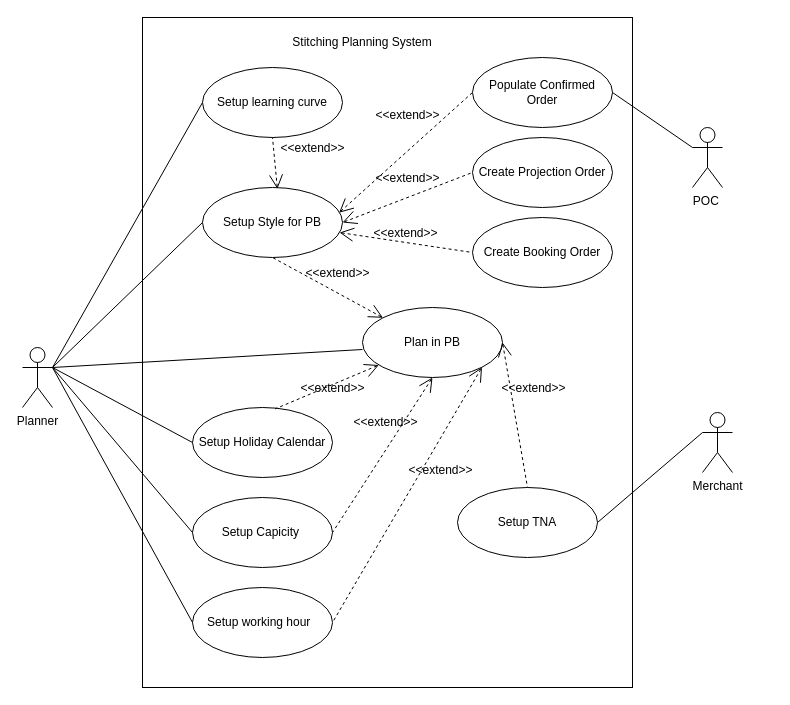
The draw.io diagram Docs/use case/Stitching Plainning Use Case.drawio in sadmanfatin/Stitching-planning-Project-Docs, before the edit. Source tidied: cells renumbered, new cells numbered last; positions are measured from the earlier drawing's top-left corner, leaving out a move shared by most shapes. Both pictures are drawn from the tidied source at 100%, with x=0, y=0 at pixel (22, 17).
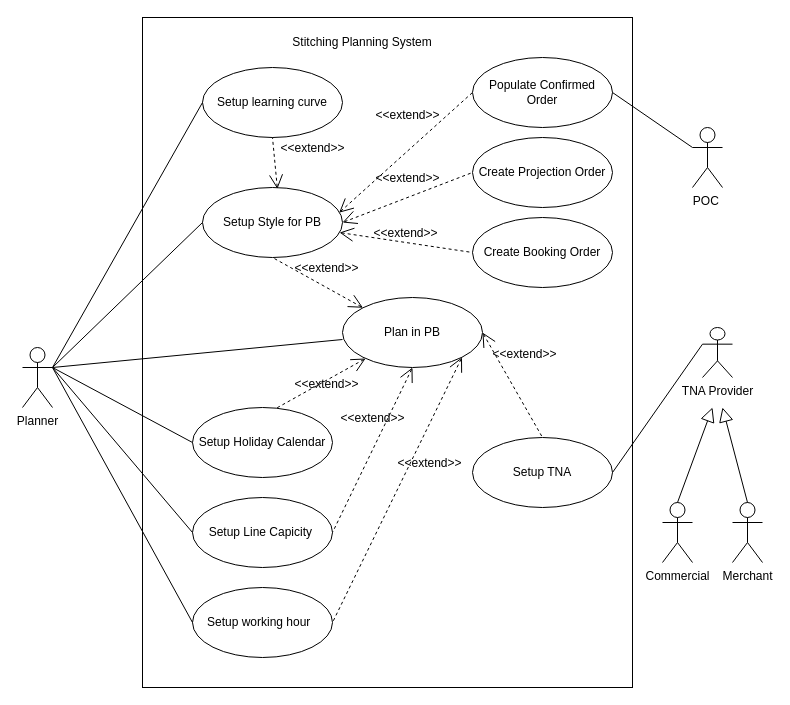
After the change.

Commit message:
use case  update

Diff of the diagram source:
```diff
@@
     <mxCell id="3" value="Merchant" style="shape=umlActor;verticalLabelPosition=bottom;verticalAlign=top;html=1;outlineConnect=0;" parent="1" vertex="1">
-      <mxGeometry x="680" y="395" width="30" height="60" as="geometry" />
+      <mxGeometry x="710" y="485" width="30" height="60" as="geometry" />
     </mxCell>
@@
     <mxCell id="6" value="Plan in PB" style="ellipse;whiteSpace=wrap;html=1;fontSize=12;" parent="1" vertex="1">
-      <mxGeometry x="340" y="290" width="140" height="70" as="geometry" />
+      <mxGeometry x="320" y="280" width="140" height="70" as="geometry" />
     </mxCell>
@@
-    <mxCell id="12" value="Setup Capicity&amp;nbsp;" style="ellipse;whiteSpace=wrap;html=1;fontSize=12;" parent="1" vertex="1">
+    <mxCell id="12" value="Setup Line Capicity&amp;nbsp;" style="ellipse;whiteSpace=wrap;html=1;fontSize=12;" parent="1" vertex="1">
       <mxGeometry x="170" y="480" width="140" height="70" as="geometry" />
     </mxCell>
@@
     <mxCell id="14" value="Setup TNA" style="ellipse;whiteSpace=wrap;html=1;fontSize=12;" parent="1" vertex="1">
-      <mxGeometry x="435" y="470" width="140" height="70" as="geometry" />
+      <mxGeometry x="450" y="420" width="140" height="70" as="geometry" />
     </mxCell>
@@
-    <mxCell id="16" style="edgeStyle=none;html=1;endArrow=none;verticalAlign=bottom;rounded=0;fontSize=12;entryX=0;entryY=0.3333333333333333;entryDx=0;entryDy=0;entryPerimeter=0;exitX=1;exitY=0.5;exitDx=0;exitDy=0;" parent="1" edge="1" source="14" target="3">
-      <mxGeometry relative="1" as="geometry" />
-    </mxCell>
@@
+    <mxCell id="34" value="Commercial" style="shape=umlActor;verticalLabelPosition=bottom;verticalAlign=top;html=1;outlineConnect=0;" parent="1" vertex="1">
+      <mxGeometry x="640" y="485" width="30" height="60" as="geometry" />
+    </mxCell>
+    <mxCell id="35" style="endArrow=none;html=1;entryX=0;entryY=0.3333333333333333;entryDx=0;entryDy=0;entryPerimeter=0;exitX=1;exitY=0.5;exitDx=0;exitDy=0;" parent="1" edge="1" source="14" target="36">
+      <mxGeometry relative="1" as="geometry" />
+    </mxCell>
+    <mxCell id="36" value="TNA Provider" style="shape=umlActor;verticalLabelPosition=bottom;verticalAlign=top;html=1;outlineConnect=0;" parent="1" vertex="1">
+      <mxGeometry x="680" y="310" width="30" height="50" as="geometry" />
+    </mxCell>
+    <mxCell id="37" style="edgeStyle=none;html=1;endArrow=block;endFill=0;endSize=12;verticalAlign=bottom;exitX=0.5;exitY=0;exitDx=0;exitDy=0;exitPerimeter=0;" parent="1" edge="1" source="34">
+      <mxGeometry relative="1" as="geometry">
+        <mxPoint x="690" y="390" as="targetPoint" />
+      </mxGeometry>
+    </mxCell>
+    <mxCell id="38" style="edgeStyle=none;html=1;endArrow=block;endFill=0;endSize=12;verticalAlign=bottom;exitX=0.5;exitY=0;exitDx=0;exitDy=0;exitPerimeter=0;" parent="1" edge="1" source="3">
+      <mxGeometry relative="1" as="geometry">
+        <mxPoint x="700" y="390" as="targetPoint" />
+      </mxGeometry>
+    </mxCell>
```
